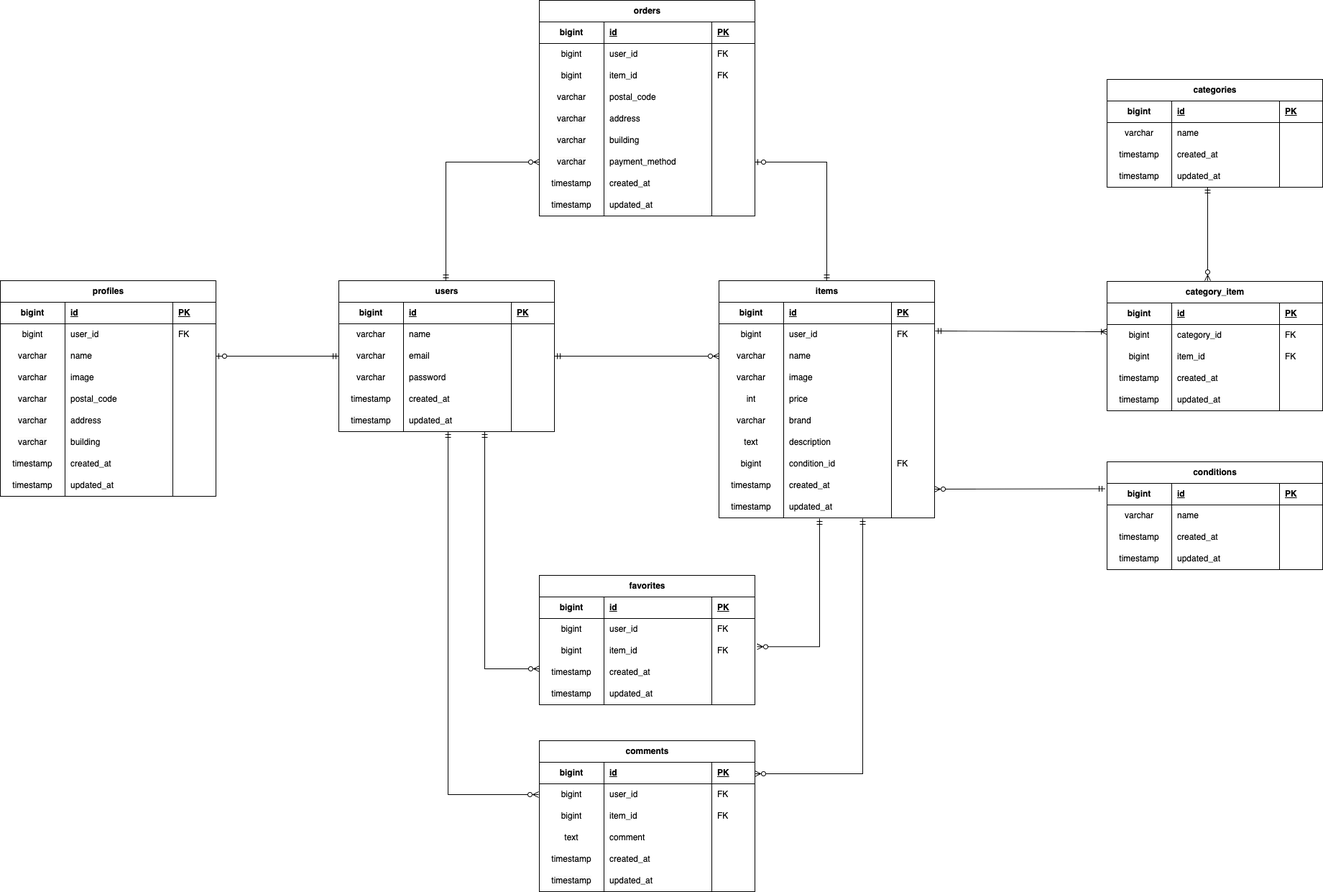
The draw.io diagram ER.drawio.png in Tamori169/Laravel-furima, before a commit. Source tidied: cells renumbered, new cells last; positions are measured from the earlier drawing's top-left corner, leaving out a move shared by most shapes.
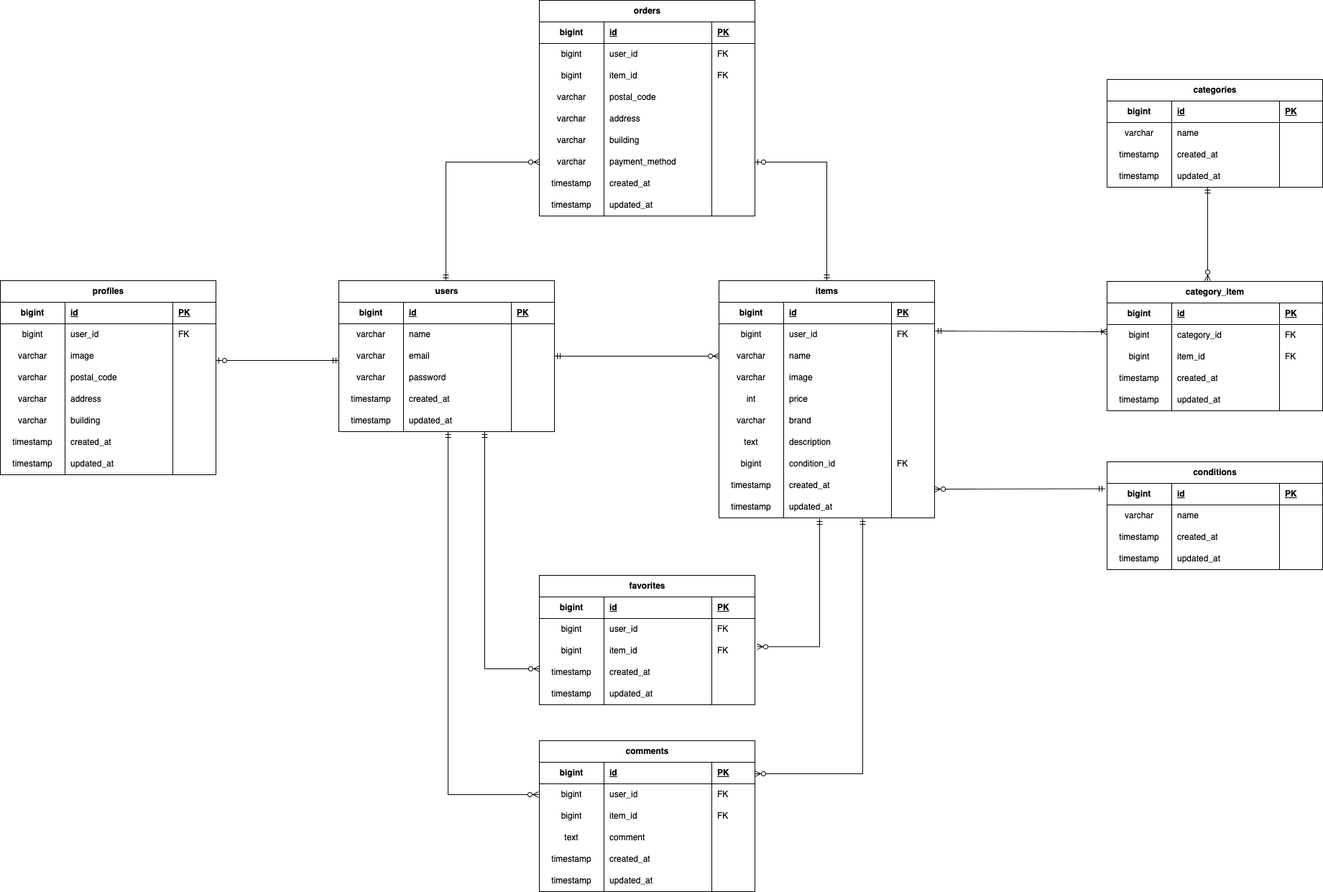
Above is the later version.

Diff of the diagram source:
```diff
@@ -3,7 +3,7 @@
     <mxCell id="0" />
     <mxCell id="1" parent="0" />
     <mxCell id="2" value="profiles" style="shape=table;startSize=30;rowLines=0;fontStyle=1;align=center;html=1;" parent="1" vertex="1">
-      <mxGeometry y="390" width="300" height="300" as="geometry" />
+      <mxGeometry y="390" width="300" height="270" as="geometry" />
     </mxCell>
     <mxCell id="3" style="shape=tableRow;horizontal=0;startSize=0;swimlaneHead=0;swimlaneBody=0;fillColor=none;top=0;left=0;right=0;bottom=1;" parent="2" vertex="1">
       <mxGeometry y="30" width="300" height="30" as="geometry" />
@@ -29,20 +29,8 @@
     <mxCell id="10" value="FK" style="shape=partialRectangle;fillColor=none;top=0;left=0;bottom=0;right=0;align=left;spacingLeft=6;overflow=hidden;whiteSpace=wrap;html=1;" parent="7" vertex="1">
       <mxGeometry x="240" width="60" height="30" as="geometry" />
     </mxCell>
-    <mxCell id="11" style="shape=tableRow;horizontal=0;startSize=0;swimlaneHead=0;swimlaneBody=0;fillColor=none;points=[[0,0.5],[1,0.5]];portConstraint=eastwest;top=0;left=0;right=0;bottom=0;" parent="2" vertex="1">
-      <mxGeometry y="90" width="300" height="30" as="geometry" />
-    </mxCell>
-    <mxCell id="12" value="varchar" style="shape=partialRectangle;fillColor=none;top=0;left=0;bottom=0;right=0;overflow=hidden;whiteSpace=wrap;html=1;" parent="11" vertex="1">
-      <mxGeometry width="90" height="30" as="geometry" />
-    </mxCell>
-    <mxCell id="13" value="name" style="shape=partialRectangle;fillColor=none;top=0;left=0;bottom=0;right=0;align=left;spacingLeft=6;overflow=hidden;whiteSpace=wrap;html=1;" parent="11" vertex="1">
-      <mxGeometry x="90" width="150" height="30" as="geometry" />
-    </mxCell>
-    <mxCell id="14" style="shape=partialRectangle;fillColor=none;top=0;left=0;bottom=0;right=0;align=left;spacingLeft=6;overflow=hidden;whiteSpace=wrap;html=1;" parent="11" vertex="1">
-      <mxGeometry x="240" width="60" height="30" as="geometry" />
-    </mxCell>
     <mxCell id="15" style="shape=tableRow;horizontal=0;startSize=0;swimlaneHead=0;swimlaneBody=0;fillColor=none;top=0;left=0;right=0;bottom=0;" parent="2" vertex="1">
-      <mxGeometry y="120" width="300" height="30" as="geometry" />
+      <mxGeometry y="90" width="300" height="30" as="geometry" />
     </mxCell>
     <mxCell id="16" value="varchar" style="shape=partialRectangle;fillColor=none;top=0;left=0;bottom=0;right=0;overflow=hidden;whiteSpace=wrap;html=1;" parent="15" vertex="1">
       <mxGeometry width="90" height="30" as="geometry" />
@@ -54,7 +42,7 @@
       <mxGeometry x="240" width="60" height="30" as="geometry" />
     </mxCell>
     <mxCell id="19" style="shape=tableRow;horizontal=0;startSize=0;swimlaneHead=0;swimlaneBody=0;fillColor=none;top=0;left=0;right=0;bottom=0;" parent="2" vertex="1">
-      <mxGeometry y="150" width="300" height="30" as="geometry" />
+      <mxGeometry y="120" width="300" height="30" as="geometry" />
     </mxCell>
     <mxCell id="20" value="varchar" style="shape=partialRectangle;fillColor=none;top=0;left=0;bottom=0;right=0;overflow=hidden;whiteSpace=wrap;html=1;" parent="19" vertex="1">
       <mxGeometry width="90" height="30" as="geometry" />
@@ -66,7 +54,7 @@
       <mxGeometry x="240" width="60" height="30" as="geometry" />
     </mxCell>
     <mxCell id="23" style="shape=tableRow;horizontal=0;startSize=0;swimlaneHead=0;swimlaneBody=0;fillColor=none;top=0;left=0;right=0;bottom=0;" parent="2" vertex="1">
-      <mxGeometry y="180" width="300" height="30" as="geometry" />
+      <mxGeometry y="150" width="300" height="30" as="geometry" />
     </mxCell>
     <mxCell id="24" value="&lt;meta charset=&quot;utf-8&quot;&gt;&lt;span style=&quot;color: rgb(0, 0, 0); font-family: Helvetica; font-size: 12px; font-style: normal; font-variant-ligatures: normal; font-variant-caps: normal; font-weight: 400; letter-spacing: normal; orphans: 2; text-align: center; text-indent: 0px; text-transform: none; widows: 2; word-spacing: 0px; -webkit-text-stroke-width: 0px; white-space: normal; background-color: rgb(251, 251, 251); text-decoration-thickness: initial; text-decoration-style: initial; text-decoration-color: initial; display: inline !important; float: none;&quot;&gt;varchar&lt;/span&gt;" style="shape=partialRectangle;fillColor=none;top=0;left=0;bottom=0;right=0;overflow=hidden;whiteSpace=wrap;html=1;" parent="23" vertex="1">
       <mxGeometry width="90" height="30" as="geometry" />
@@ -78,7 +66,7 @@
       <mxGeometry x="240" width="60" height="30" as="geometry" />
     </mxCell>
     <mxCell id="27" style="shape=tableRow;horizontal=0;startSize=0;swimlaneHead=0;swimlaneBody=0;fillColor=none;top=0;left=0;right=0;bottom=0;" parent="2" vertex="1">
-      <mxGeometry y="210" width="300" height="30" as="geometry" />
+      <mxGeometry y="180" width="300" height="30" as="geometry" />
     </mxCell>
     <mxCell id="28" value="&lt;meta charset=&quot;utf-8&quot;&gt;&lt;span style=&quot;color: rgb(0, 0, 0); font-family: Helvetica; font-size: 12px; font-style: normal; font-variant-ligatures: normal; font-variant-caps: normal; font-weight: 400; letter-spacing: normal; orphans: 2; text-align: center; text-indent: 0px; text-transform: none; widows: 2; word-spacing: 0px; -webkit-text-stroke-width: 0px; white-space: normal; background-color: rgb(251, 251, 251); text-decoration-thickness: initial; text-decoration-style: initial; text-decoration-color: initial; display: inline !important; float: none;&quot;&gt;varchar&lt;/span&gt;" style="shape=partialRectangle;fillColor=none;top=0;left=0;bottom=0;right=0;overflow=hidden;whiteSpace=wrap;html=1;" parent="27" vertex="1">
       <mxGeometry width="90" height="30" as="geometry" />
@@ -90,7 +78,7 @@
       <mxGeometry x="240" width="60" height="30" as="geometry" />
     </mxCell>
     <mxCell id="31" style="shape=tableRow;horizontal=0;startSize=0;swimlaneHead=0;swimlaneBody=0;fillColor=none;top=0;left=0;right=0;bottom=0;" parent="2" vertex="1">
-      <mxGeometry y="240" width="300" height="30" as="geometry" />
+      <mxGeometry y="210" width="300" height="30" as="geometry" />
     </mxCell>
     <mxCell id="32" value="timestamp" style="shape=partialRectangle;fillColor=none;top=0;left=0;bottom=0;right=0;overflow=hidden;whiteSpace=wrap;html=1;" parent="31" vertex="1">
       <mxGeometry width="90" height="30" as="geometry" />
@@ -102,7 +90,7 @@
       <mxGeometry x="240" width="60" height="30" as="geometry" />
     </mxCell>
     <mxCell id="35" style="shape=tableRow;horizontal=0;startSize=0;swimlaneHead=0;swimlaneBody=0;fillColor=none;top=0;left=0;right=0;bottom=0;" parent="2" vertex="1">
-      <mxGeometry y="270" width="300" height="30" as="geometry" />
+      <mxGeometry y="240" width="300" height="30" as="geometry" />
     </mxCell>
     <mxCell id="36" value="&lt;meta charset=&quot;utf-8&quot;&gt;&lt;span style=&quot;color: rgb(0, 0, 0); font-family: Helvetica; font-size: 12px; font-style: normal; font-variant-ligatures: normal; font-variant-caps: normal; font-weight: 400; letter-spacing: normal; orphans: 2; text-align: center; text-indent: 0px; text-transform: none; widows: 2; word-spacing: 0px; -webkit-text-stroke-width: 0px; white-space: normal; background-color: rgb(251, 251, 251); text-decoration-thickness: initial; text-decoration-style: initial; text-decoration-color: initial; display: inline !important; float: none;&quot;&gt;timestamp&lt;/span&gt;" style="shape=partialRectangle;fillColor=none;top=0;left=0;bottom=0;right=0;overflow=hidden;whiteSpace=wrap;html=1;" parent="35" vertex="1">
       <mxGeometry width="90" height="30" as="geometry" />
@@ -674,8 +662,11 @@
     <mxCell id="223" style="edgeStyle=entityRelationEdgeStyle;fontSize=12;html=1;endArrow=ERzeroToMany;startArrow=ERmandOne;rounded=0;curved=0;exitX=1;exitY=0.5;exitDx=0;exitDy=0;entryX=0;entryY=0.5;entryDx=0;entryDy=0;" parent="1" edge="1" source="48" target="74">
       <mxGeometry relative="1" as="geometry" />
     </mxCell>
-    <mxCell id="224" style="edgeStyle=entityRelationEdgeStyle;fontSize=12;html=1;endArrow=ERmandOne;startArrow=ERzeroToOne;rounded=0;curved=0;exitX=1;exitY=0.5;exitDx=0;exitDy=0;entryX=0;entryY=0.5;entryDx=0;entryDy=0;startFill=0;" parent="1" edge="1" source="11" target="48">
-      <mxGeometry relative="1" as="geometry" />
+    <mxCell id="224" style="edgeStyle=entityRelationEdgeStyle;fontSize=12;html=1;endArrow=ERmandOne;startArrow=ERzeroToOne;rounded=0;curved=0;exitX=1;exitY=0.5;exitDx=0;exitDy=0;entryX=0;entryY=0.5;entryDx=0;entryDy=0;startFill=0;" parent="1" edge="1">
+      <mxGeometry relative="1" as="geometry">
+        <mxPoint x="300" y="501" as="sourcePoint" />
+        <mxPoint x="471" y="501" as="targetPoint" />
+      </mxGeometry>
     </mxCell>
     <mxCell id="225" style="fontSize=12;html=1;endArrow=ERzeroToMany;startArrow=ERmandOne;rounded=0;edgeStyle=elbowEdgeStyle;" parent="1" edge="1">
       <mxGeometry relative="1" as="geometry">
```
